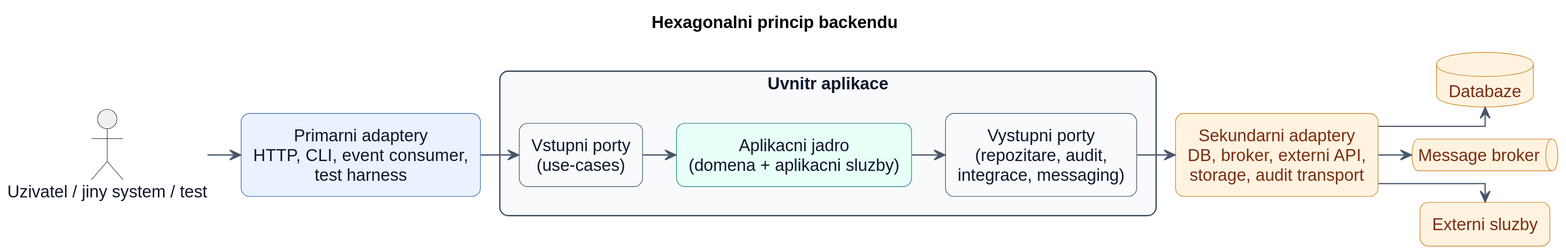
Earlier version of the PlantUML export procesy/architecture/hexagonal-principle.svg (pavelvachaaa/diploma-thesis).
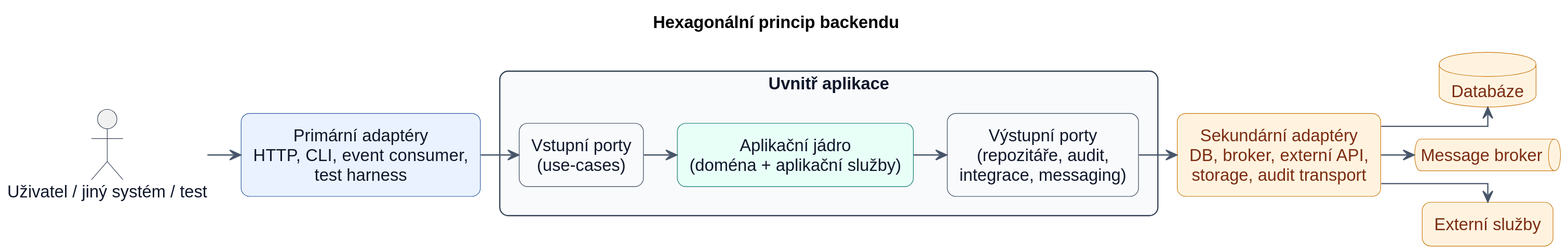
The same diagram one commit later.

Change to the diagram source:
```diff
@@ -54,21 +54,21 @@
   FontColor #7C2D12
 }
 
-title Hexagonalni princip backendu
+title Hexagonální princip backendu
 
-actor "Uzivatel / jiny system / test" as ACTOR
-rectangle "Primarni adaptery\nHTTP, CLI, event consumer,\ntest harness" <<primary>> as PRIMARY
+actor "Uživatel / jiný systém / test" as ACTOR
+rectangle "Primární adaptéry\nHTTP, CLI, event consumer,\ntest harness" <<primary>> as PRIMARY
 
-package "Uvnitr aplikace" {
-  rectangle "Vstupni porty\n(use-cases)" as INPORTS
-  rectangle "Aplikacni jadro\n(domena + aplikacni sluzby)" <<core>> as CORE
-  rectangle "Vystupni porty\n(repozitare, audit,\nintegrace, messaging)" as OUTPORTS
+package "Uvnitř aplikace" {
+  rectangle "Vstupní porty\n(use-cases)" as INPORTS
+  rectangle "Aplikační jádro\n(doména + aplikační služby)" <<core>> as CORE
+  rectangle "Výstupní porty\n(repozitáře, audit,\nintegrace, messaging)" as OUTPORTS
 }
 
-rectangle "Sekundarni adaptery\nDB, broker, externi API,\nstorage, audit transport" <<secondary>> as SECONDARY
-database "Databaze" as DB
+rectangle "Sekundární adaptéry\nDB, broker, externí API,\nstorage, audit transport" <<secondary>> as SECONDARY
+database "Databáze" as DB
 queue "Message broker" as MQ
-rectangle "Externi sluzby" <<secondary>> as EXT
+rectangle "Externí služby" <<secondary>> as EXT
 
 ACTOR --> PRIMARY
 PRIMARY --> INPORTS
```
